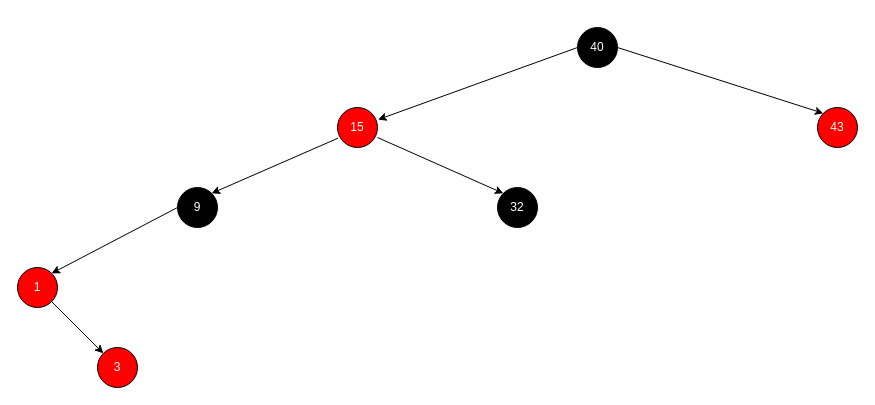
Earlier version of the draw.io diagram Untitled Diagram.drawio (semihhdemirel/semihhdemirel). Source tidied: cells renumbered, new cells numbered last; positions are measured from the earlier drawing's top-left corner, leaving out a move shared by most shapes. Both pictures are drawn from the tidied source at 100%, with x=0, y=0 at pixel (17, 27).
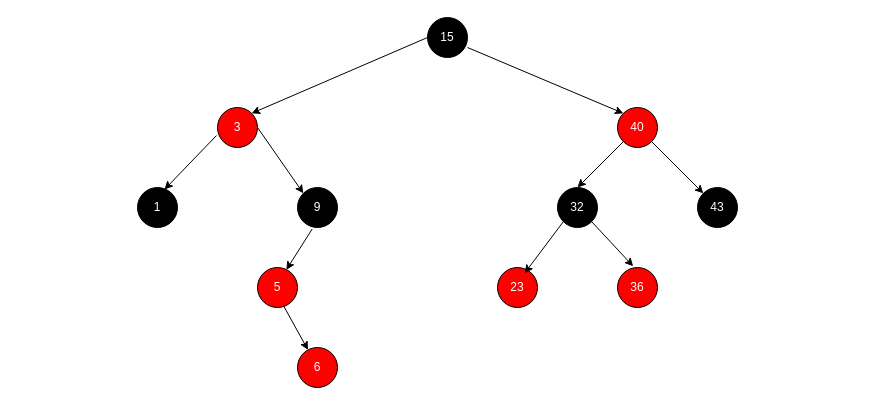
Above is the later version.

The edit, as a diff of the source:
```diff
@@
-    <mxCell id="2" value="&lt;font color=&quot;#ffffff&quot;&gt;40&lt;/font&gt;" style="ellipse;whiteSpace=wrap;html=1;fillColor=#000000;" parent="1" vertex="1">
-      <mxGeometry x="560" width="40" height="40" as="geometry" />
+    <mxCell id="2" value="&lt;font color=&quot;#ffffff&quot;&gt;40&lt;/font&gt;" style="ellipse;whiteSpace=wrap;html=1;fillColor=#FF0000;" parent="1" vertex="1">
+      <mxGeometry x="600" y="80" width="40" height="40" as="geometry" />
     </mxCell>
-    <mxCell id="3" value="&lt;font color=&quot;#ffffff&quot;&gt;15&lt;/font&gt;" style="ellipse;whiteSpace=wrap;html=1;fillColor=#FF0000;" parent="1" vertex="1">
-      <mxGeometry x="320" y="80" width="40" height="40" as="geometry" />
+    <mxCell id="3" value="&lt;font color=&quot;#ffffff&quot;&gt;15&lt;/font&gt;" style="ellipse;whiteSpace=wrap;html=1;fillColor=#000000;" parent="1" vertex="1">
+      <mxGeometry x="410" y="-10" width="40" height="40" as="geometry" />
     </mxCell>
-    <mxCell id="4" style="endArrow=classic;html=1;rounded=0;entryX=1.014;entryY=0.303;entryDx=0;entryDy=0;entryPerimeter=0;exitX=0;exitY=0.5;exitDx=0;exitDy=0;" parent="1" edge="1" source="2" target="3">
-      <mxGeometry relative="1" as="geometry" />
-    </mxCell>
     <mxCell id="5" value="&lt;font color=&quot;#ffffff&quot;&gt;9&lt;/font&gt;" style="ellipse;whiteSpace=wrap;html=1;fillColor=#000000;" parent="1" vertex="1">
-      <mxGeometry x="160" y="160" width="40" height="40" as="geometry" />
+      <mxGeometry x="280" y="160" width="40" height="40" as="geometry" />
     </mxCell>
-    <mxCell id="6" style="endArrow=classic;html=1;rounded=0;entryX=1;entryY=0;entryDx=0;entryDy=0;exitX=0.013;exitY=0.767;exitDx=0;exitDy=0;exitPerimeter=0;" parent="1" edge="1" source="3" target="5">
-      <mxGeometry relative="1" as="geometry" />
-    </mxCell>
-    <mxCell id="7" value="&lt;font color=&quot;#ffffff&quot;&gt;43&lt;/font&gt;" style="ellipse;whiteSpace=wrap;html=1;fillColor=#FF0000;" parent="1" vertex="1">
-      <mxGeometry x="800" y="80" width="40" height="40" as="geometry" />
+    <mxCell id="7" value="&lt;font color=&quot;#ffffff&quot;&gt;43&lt;/font&gt;" style="ellipse;whiteSpace=wrap;html=1;fillColor=#000000;" parent="1" vertex="1">
+      <mxGeometry x="680" y="160" width="40" height="40" as="geometry" />
     </mxCell>
-    <mxCell id="8" style="endArrow=classic;html=1;rounded=0;exitX=1;exitY=0.5;exitDx=0;exitDy=0;entryX=0;entryY=0;entryDx=0;entryDy=0;" parent="1" edge="1" source="2" target="7">
+    <mxCell id="8" style="endArrow=classic;html=1;rounded=0;exitX=1;exitY=1;exitDx=0;exitDy=0;entryX=0;entryY=0;entryDx=0;entryDy=0;" parent="1" edge="1" source="2" target="7">
       <mxGeometry relative="1" as="geometry" />
     </mxCell>
     <mxCell id="9" value="&lt;font color=&quot;#ffffff&quot;&gt;32&lt;/font&gt;" style="ellipse;whiteSpace=wrap;html=1;fillColor=#000000;" parent="1" vertex="1">
-      <mxGeometry x="480" y="160" width="40" height="40" as="geometry" />
+      <mxGeometry x="540" y="160" width="40" height="40" as="geometry" />
     </mxCell>
-    <mxCell id="10" style="endArrow=classic;html=1;rounded=0;exitX=1;exitY=0.75;exitDx=0;exitDy=0;entryX=0;entryY=0;entryDx=0;entryDy=0;exitPerimeter=0;" parent="1" edge="1" source="3" target="9">
+    <mxCell id="10" style="endArrow=classic;html=1;rounded=0;exitX=1;exitY=0.75;exitDx=0;exitDy=0;entryX=0;entryY=0;entryDx=0;entryDy=0;exitPerimeter=0;" parent="1" edge="1" source="3" target="2">
       <mxGeometry relative="1" as="geometry" />
     </mxCell>
-    <mxCell id="11" value="&lt;font color=&quot;#ffffff&quot;&gt;1&lt;/font&gt;" style="ellipse;whiteSpace=wrap;html=1;fillColor=#FF0000;" parent="1" vertex="1">
-      <mxGeometry y="240" width="40" height="40" as="geometry" />
+    <mxCell id="11" value="&lt;font color=&quot;#ffffff&quot;&gt;1&lt;/font&gt;" style="ellipse;whiteSpace=wrap;html=1;fillColor=#000000;" parent="1" vertex="1">
+      <mxGeometry x="120" y="160" width="40" height="40" as="geometry" />
     </mxCell>
-    <mxCell id="12" style="endArrow=classic;html=1;rounded=0;entryX=1;entryY=0.5;entryDx=0;entryDy=0;exitX=0;exitY=1;exitDx=0;exitDy=0;" parent="1" edge="1">
-      <mxGeometry relative="1" as="geometry">
-        <mxPoint x="160" y="180" as="sourcePoint" />
-        <mxPoint x="34.1" y="245.9" as="targetPoint" />
-      </mxGeometry>
-    </mxCell>
     <mxCell id="13" value="&lt;font color=&quot;#ffffff&quot;&gt;3&lt;/font&gt;" style="ellipse;whiteSpace=wrap;html=1;fillColor=#FF0000;" parent="1" vertex="1">
-      <mxGeometry x="80" y="320" width="40" height="40" as="geometry" />
+      <mxGeometry x="200" y="80" width="40" height="40" as="geometry" />
     </mxCell>
-    <mxCell id="14" style="endArrow=classic;html=1;rounded=0;exitX=1;exitY=1;exitDx=0;exitDy=0;entryX=0;entryY=0;entryDx=0;entryDy=0;" parent="1" edge="1" source="11" target="13">
-      <mxGeometry relative="1" as="geometry" />
-    </mxCell>
+    <mxCell id="15" style="endArrow=classic;html=1;rounded=0;exitX=0;exitY=0.5;exitDx=0;exitDy=0;entryX=1;entryY=0;entryDx=0;entryDy=0;" parent="1" edge="1" source="3" target="13">
+      <mxGeometry relative="1" as="geometry" />
+    </mxCell>
+    <mxCell id="16" style="endArrow=classic;html=1;rounded=0;exitX=-0.025;exitY=0.7;exitDx=0;exitDy=0;exitPerimeter=0;entryX=0.675;entryY=0.05;entryDx=0;entryDy=0;entryPerimeter=0;" parent="1" edge="1" source="13" target="11">
+      <mxGeometry relative="1" as="geometry" />
+    </mxCell>
+    <mxCell id="17" style="endArrow=classic;html=1;rounded=0;exitX=1;exitY=0.5;exitDx=0;exitDy=0;entryX=0;entryY=0;entryDx=0;entryDy=0;" parent="1" edge="1" source="13" target="5">
+      <mxGeometry relative="1" as="geometry" />
+    </mxCell>
+    <mxCell id="18" value="&lt;font color=&quot;#ffffff&quot;&gt;5&lt;/font&gt;" style="ellipse;whiteSpace=wrap;html=1;fillColor=#FF0000;" parent="1" vertex="1">
+      <mxGeometry x="240" y="240" width="40" height="40" as="geometry" />
+    </mxCell>
+    <mxCell id="19" style="endArrow=classic;html=1;rounded=0;exitX=0.367;exitY=1.038;exitDx=0;exitDy=0;exitPerimeter=0;entryX=0.721;entryY=0.058;entryDx=0;entryDy=0;entryPerimeter=0;" parent="1" edge="1" source="5" target="18">
+      <mxGeometry relative="1" as="geometry" />
+    </mxCell>
+    <mxCell id="20" style="endArrow=classic;html=1;rounded=0;exitX=0;exitY=1;exitDx=0;exitDy=0;entryX=0.5;entryY=0;entryDx=0;entryDy=0;" parent="1" edge="1" source="2" target="9">
+      <mxGeometry relative="1" as="geometry" />
+    </mxCell>
+    <mxCell id="21" value="&lt;font color=&quot;#ffffff&quot;&gt;23&lt;/font&gt;" style="ellipse;whiteSpace=wrap;html=1;fillColor=#FF0000;" parent="1" vertex="1">
+      <mxGeometry x="480" y="240" width="40" height="40" as="geometry" />
+    </mxCell>
+    <mxCell id="22" style="endArrow=classic;html=1;rounded=0;exitX=0;exitY=1;exitDx=0;exitDy=0;entryX=0.679;entryY=0.142;entryDx=0;entryDy=0;entryPerimeter=0;" parent="1" edge="1" source="9" target="21">
+      <mxGeometry relative="1" as="geometry" />
+    </mxCell>
+    <mxCell id="23" value="&lt;font color=&quot;#ffffff&quot;&gt;36&lt;/font&gt;" style="ellipse;whiteSpace=wrap;html=1;fillColor=#FF0000;" parent="1" vertex="1">
+      <mxGeometry x="600" y="240" width="40" height="40" as="geometry" />
+    </mxCell>
+    <mxCell id="24" style="endArrow=classic;html=1;rounded=0;entryX=0.392;entryY=-0.031;entryDx=0;entryDy=0;entryPerimeter=0;exitX=1;exitY=1;exitDx=0;exitDy=0;" parent="1" edge="1" source="9" target="23">
+      <mxGeometry relative="1" as="geometry" />
+    </mxCell>
+    <mxCell id="25" value="&lt;font color=&quot;#ffffff&quot;&gt;6&lt;/font&gt;" style="ellipse;whiteSpace=wrap;html=1;fillColor=#FF0000;" parent="1" vertex="1">
+      <mxGeometry x="280" y="320" width="40" height="40" as="geometry" />
+    </mxCell>
+    <mxCell id="26" style="endArrow=classic;html=1;rounded=0;exitX=0.652;exitY=0.959;exitDx=0;exitDy=0;exitPerimeter=0;" parent="1" edge="1" source="18" target="25">
+      <mxGeometry relative="1" as="geometry" />
+    </mxCell>
```
